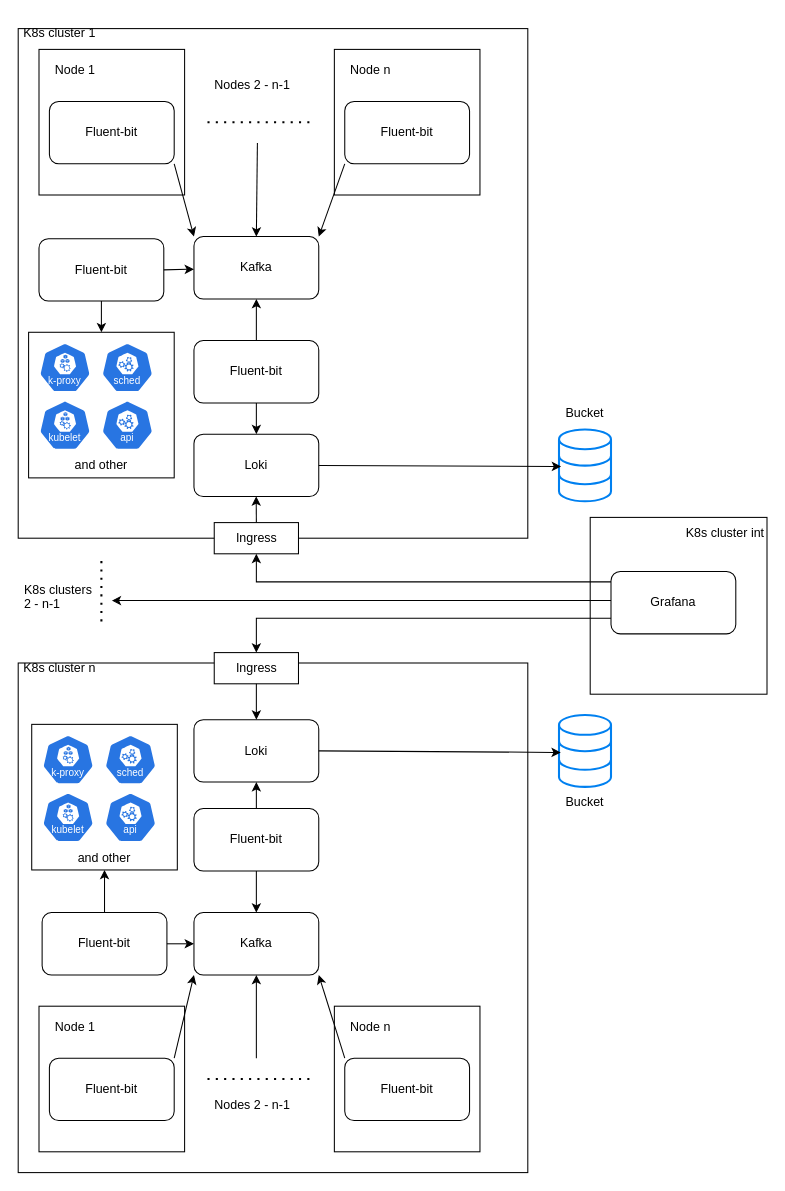
Earlier version of the draw.io diagram docs/logging/logging.drawio (svetoch-dev/rod). Source tidied: cells renumbered, new cells numbered last; positions are measured from the earlier drawing's top-left corner, leaving out a move shared by most shapes. Both pictures are drawn from the tidied source at 104%, with x=0, y=0 at pixel (18, 18).
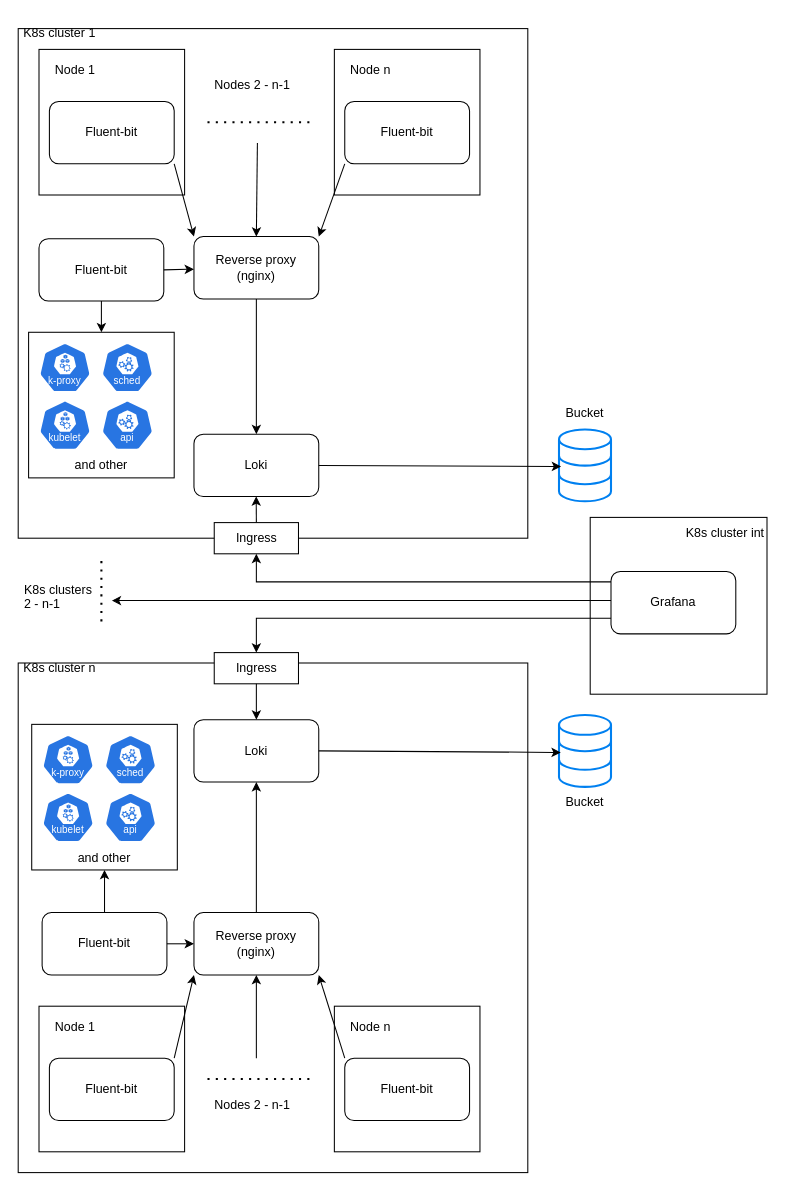
The same page after the edit.

The change refers to these unchanged cells:
```xml
<mxCell id="13" value="&lt;div&gt;Loki&lt;/div&gt;" style="rounded=1;whiteSpace=wrap;html=1;" parent="1" vertex="1">
  <mxGeometry x="169" y="400" width="120" height="60" as="geometry" />
</mxCell>
<mxCell id="31" value="&lt;div&gt;Loki&lt;/div&gt;" style="rounded=1;whiteSpace=wrap;html=1;direction=east;" parent="1" vertex="1">
  <mxGeometry x="169" y="674.5" width="120" height="60" as="geometry" />
</mxCell>
```

What changed in the source:
```diff
@@
-    <mxCell id="11" value="Kafka" style="rounded=1;whiteSpace=wrap;html=1;" parent="1" vertex="1">
+    <mxCell id="11" value="Reverse proxy&lt;div&gt;(nginx)&lt;/div&gt;" style="rounded=1;whiteSpace=wrap;html=1;" parent="1" vertex="1">
       <mxGeometry x="169" y="210" width="120" height="60" as="geometry" />
     </mxCell>
-    <mxCell id="12" value="Fluent-bit" style="rounded=1;whiteSpace=wrap;html=1;" parent="1" vertex="1">
-      <mxGeometry x="169" y="310" width="120" height="60" as="geometry" />
-    </mxCell>
@@
-    <mxCell id="16" style="endArrow=classic;html=1;rounded=0;exitX=0.5;exitY=1;exitDx=0;exitDy=0;entryX=0.5;entryY=0;entryDx=0;entryDy=0;" parent="1" edge="1" source="12" target="13">
+    <mxCell id="16" style="endArrow=classic;html=1;rounded=0;exitX=0.5;exitY=1;exitDx=0;exitDy=0;entryX=0.5;entryY=0;entryDx=0;entryDy=0;" parent="1" edge="1" source="11" target="13">
       <mxGeometry relative="1" as="geometry" />
     </mxCell>
@@
-    <mxCell id="29" value="Kafka" style="rounded=1;whiteSpace=wrap;html=1;direction=east;" parent="1" vertex="1">
+    <mxCell id="29" value="Reverse proxy&lt;div&gt;(nginx)&lt;/div&gt;" style="rounded=1;whiteSpace=wrap;html=1;direction=east;" parent="1" vertex="1">
       <mxGeometry x="169" y="860" width="120" height="60" as="geometry" />
     </mxCell>
-    <mxCell id="30" value="Fluent-bit" style="rounded=1;whiteSpace=wrap;html=1;direction=east;" parent="1" vertex="1">
-      <mxGeometry x="169" y="760" width="120" height="60" as="geometry" />
-    </mxCell>
@@
-    <mxCell id="38" style="endArrow=classic;html=1;rounded=0;exitX=0.5;exitY=0;exitDx=0;exitDy=0;entryX=0.5;entryY=1;entryDx=0;entryDy=0;" parent="1" edge="1" source="30" target="31">
+    <mxCell id="38" style="endArrow=classic;html=1;rounded=0;exitX=0.5;exitY=0;exitDx=0;exitDy=0;entryX=0.5;entryY=1;entryDx=0;entryDy=0;" parent="1" edge="1" source="29" target="31">
       <mxGeometry relative="1" as="geometry" />
     </mxCell>
@@
-    <mxCell id="50" style="endArrow=classic;html=1;rounded=0;exitX=0.5;exitY=1;exitDx=0;exitDy=0;entryX=0.5;entryY=0;entryDx=0;entryDy=0;" parent="1" edge="1" source="30" target="29">
-      <mxGeometry relative="1" as="geometry" />
-    </mxCell>
-    <mxCell id="51" style="endArrow=classic;html=1;rounded=0;exitX=0.5;exitY=0;exitDx=0;exitDy=0;entryX=0.5;entryY=1;entryDx=0;entryDy=0;" parent="1" edge="1" source="12" target="11">
-      <mxGeometry relative="1" as="geometry" />
-    </mxCell>
```
